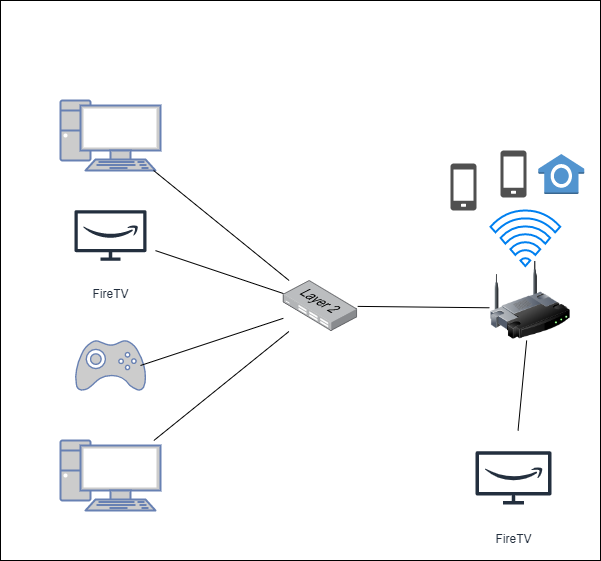
TedFak/devops_netology keeps this draw.io diagram as 03-sysadmin-08-net/Untitled Diagram.drawio.png. Above is the earlier version. Source tidied: cells renumbered, new cells last; positions are measured from the earlier drawing's top-left corner, leaving out a move shared by most shapes.
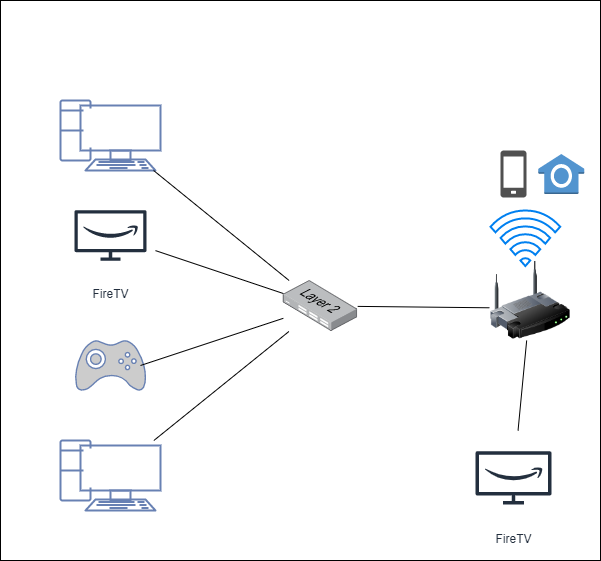
After the change.

The edit, as a diff of the source:
```diff
@@ -5,10 +5,10 @@
     <mxCell id="2" style="rounded=0;whiteSpace=wrap;html=1;fillColor=none;" parent="1" vertex="1">
       <mxGeometry width="600" height="560" as="geometry" />
     </mxCell>
-    <mxCell id="3" style="fontColor=#0066CC;verticalAlign=top;verticalLabelPosition=bottom;labelPosition=center;align=center;html=1;outlineConnect=0;fillColor=#CCCCCC;strokeColor=#6881B3;gradientColor=none;gradientDirection=north;strokeWidth=2;shape=mxgraph.networks.pc;" parent="1" vertex="1">
+    <mxCell id="3" style="fontColor=#0066CC;verticalAlign=top;verticalLabelPosition=bottom;labelPosition=center;align=center;html=1;outlineConnect=0;fillColor=none;strokeColor=#6881B3;gradientColor=none;gradientDirection=north;strokeWidth=2;shape=mxgraph.networks.pc;" parent="1" vertex="1">
       <mxGeometry x="60" y="100" width="100" height="70" as="geometry" />
     </mxCell>
-    <mxCell id="4" style="fontColor=#0066CC;verticalAlign=top;verticalLabelPosition=bottom;labelPosition=center;align=center;html=1;outlineConnect=0;fillColor=#CCCCCC;strokeColor=#6881B3;gradientColor=none;gradientDirection=north;strokeWidth=2;shape=mxgraph.networks.pc;" parent="1" vertex="1">
+    <mxCell id="4" style="fontColor=#0066CC;verticalAlign=top;verticalLabelPosition=bottom;labelPosition=center;align=center;html=1;outlineConnect=0;fillColor=none;strokeColor=#6881B3;gradientColor=none;gradientDirection=north;strokeWidth=2;shape=mxgraph.networks.pc;" parent="1" vertex="1">
       <mxGeometry x="60" y="440" width="100" height="70" as="geometry" />
     </mxCell>
     <mxCell id="5" style="points=[];html=1;align=center;shadow=0;dashed=0;image;image=img/lib/allied_telesis/switch/Switch_24_port_L2.svg;fillColor=none;" parent="1" vertex="1">
@@ -43,7 +43,7 @@
     <mxCell id="14" style="html=1;verticalLabelPosition=bottom;align=center;labelBackgroundColor=#ffffff;verticalAlign=top;strokeWidth=2;strokeColor=#0080F0;shadow=0;dashed=0;shape=mxgraph.ios7.icons.wifi;fillColor=none;" parent="1" vertex="1">
       <mxGeometry x="490" y="210" width="69.7" height="55.5" as="geometry" />
     </mxCell>
-    <mxCell id="15" style="sketch=0;shadow=0;dashed=0;html=1;strokeColor=none;fillColor=#505050;labelPosition=center;verticalLabelPosition=bottom;verticalAlign=top;align=center;shape=mxgraph.office.devices.cell_phone_generic;" parent="1" vertex="1">
+    <mxCell id="15" style="sketch=0;shadow=0;dashed=0;html=1;strokeColor=none;fillColor=default;labelPosition=center;verticalLabelPosition=bottom;verticalAlign=top;align=center;shape=mxgraph.office.devices.cell_phone_generic;" parent="1" vertex="1">
       <mxGeometry x="450" y="163" width="26" height="47" as="geometry" />
     </mxCell>
     <mxCell id="16" style="sketch=0;shadow=0;dashed=0;html=1;strokeColor=none;fillColor=#505050;labelPosition=center;verticalLabelPosition=bottom;verticalAlign=top;align=center;shape=mxgraph.office.devices.cell_phone_generic;" parent="1" vertex="1">
@@ -52,7 +52,7 @@
     <mxCell id="17" style="dashed=0;verticalLabelPosition=bottom;verticalAlign=top;align=center;html=1;shape=mxgraph.aws3.alexa_smart_home_skill;fillColor=#5294CF;gradientColor=none;" parent="1" vertex="1">
       <mxGeometry x="537.9" y="153.5" width="46" height="40" as="geometry" />
     </mxCell>
-    <mxCell id="18" value="FireTV" style="sketch=0;outlineConnect=0;fontColor=#232F3E;gradientColor=none;strokeColor=#232F3E;fillColor=#ffffff;dashed=0;verticalLabelPosition=bottom;verticalAlign=top;align=center;html=1;fontSize=12;fontStyle=0;shape=mxgraph.aws4.resourceIcon;resIcon=mxgraph.aws4.firetv;" parent="1" vertex="1">
+    <mxCell id="18" value="FireTV" style="sketch=0;outlineConnect=0;fontColor=#232F3E;gradientColor=none;strokeColor=#232F3E;fillColor=none;dashed=0;verticalLabelPosition=bottom;verticalAlign=top;align=center;html=1;fontSize=12;fontStyle=0;shape=mxgraph.aws4.resourceIcon;resIcon=mxgraph.aws4.firetv;" parent="1" vertex="1">
       <mxGeometry x="465.6" y="430" width="94.8" height="94.8" as="geometry" />
     </mxCell>
     <mxCell id="19" style="endArrow=none;html=1;rounded=0;" parent="1" edge="1" source="6" target="18">
```
